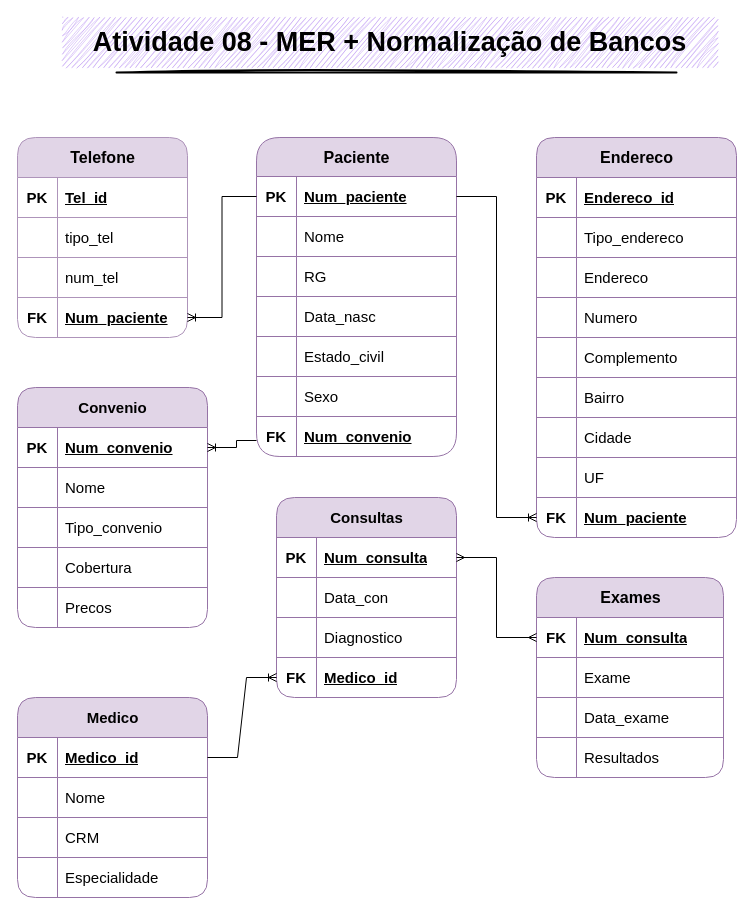
Before: Atividade 08/Atividade/Atividade08.drawio in stxrkwas/BD-I, a draw.io diagram. Source tidied: cells renumbered, new cells numbered last; positions are measured from the earlier drawing's top-left corner, leaving out a move shared by most shapes. Both pictures are drawn from the tidied source at 100%, with x=0, y=0 at pixel (17, 17).
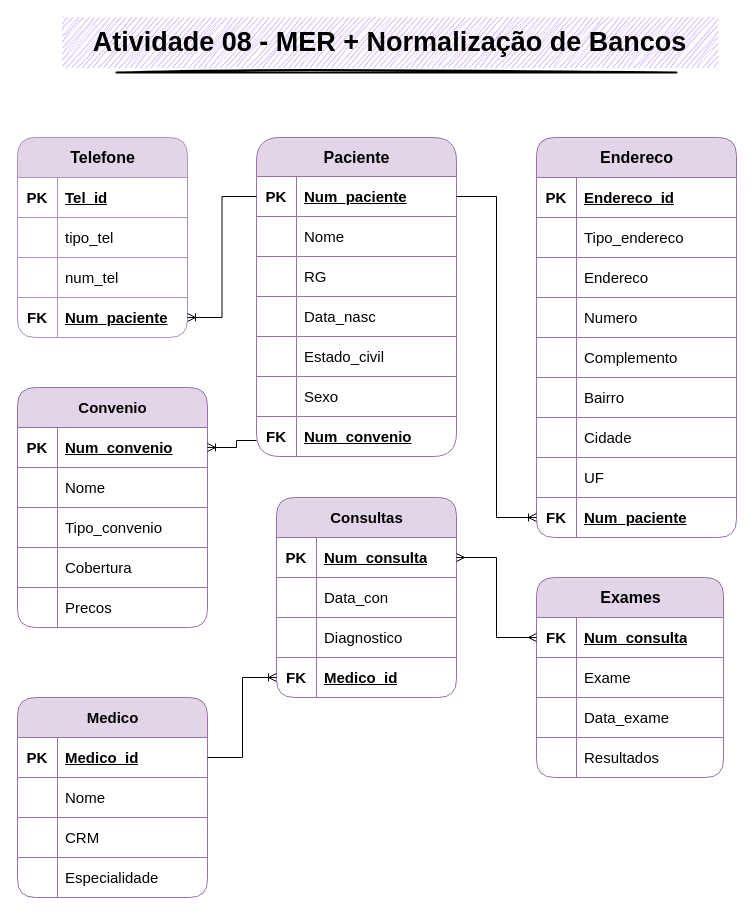
The same page after the edit.

The change refers to these unchanged cells:
```xml
<mxCell id="93" style="shape=tableRow;horizontal=0;startSize=0;swimlaneHead=0;swimlaneBody=0;fillColor=none;points=[[0,0.5],[1,0.5]];portConstraint=eastwest;top=1;left=0;right=0;bottom=0;fontSize=15;fontFamily=Poppins;strokeColor=#9673a6;" parent="83" vertex="1">
  <mxGeometry y="160" width="180" height="40" as="geometry" />
</mxCell>
<mxCell id="110" style="shape=tableRow;horizontal=0;startSize=0;swimlaneHead=0;swimlaneBody=0;fillColor=none;points=[[0,0.5],[1,0.5]];portConstraint=eastwest;top=0;left=0;right=0;bottom=0;fontSize=15;fontFamily=Poppins;" parent="109" vertex="1">
  <mxGeometry y="40" width="190" height="40" as="geometry" />
</mxCell>
```

Change to the diagram source:
```diff
@@
-    <mxCell id="125" style="edgeStyle=entityRelationEdgeStyle;fontSize=12;html=1;endArrow=ERoneToMany;rounded=0;fontFamily=Helvetica;fontColor=default;startSize=0;exitX=1;exitY=0.5;exitDx=0;exitDy=0;entryX=0;entryY=0.5;entryDx=0;entryDy=0;" parent="1" edge="1" source="110" target="93">
+    <mxCell id="125" style="edgeStyle=elbowEdgeStyle;fontSize=12;html=1;endArrow=ERoneToMany;rounded=0;fontFamily=Helvetica;fontColor=default;startSize=0;exitX=1;exitY=0.5;exitDx=0;exitDy=0;entryX=0;entryY=0.5;entryDx=0;entryDy=0;" parent="1" edge="1" source="110" target="93">
       <mxGeometry relative="1" as="geometry" />
     </mxCell>
```
